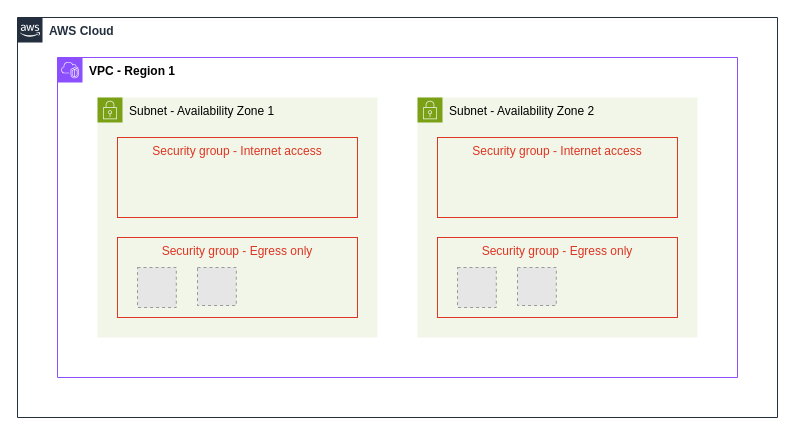
The draw.io diagram docs/Network.drawio in kowaltz/infrastructure, before the edit. Source tidied: cells renumbered, new cells numbered last; positions are measured from the earlier drawing's top-left corner, leaving out a move shared by most shapes. Both pictures are drawn from the tidied source at 100%, with x=0, y=0 at pixel (17, 17). Pictures stored in the file or linked from it are replaced by grey dashed boxes.
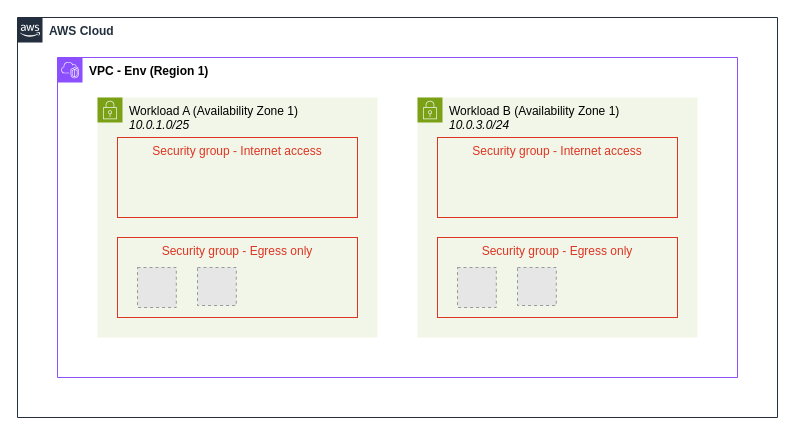
After the change.

Commit message (it also covers changes not shown here):
AWS: env-network

Diff of the diagram source:
```diff
@@
 <mxGraphModel>
   <root>
     <mxCell id="0" />
     <mxCell id="1" parent="0" />
     <mxCell id="2" value="&lt;b&gt;AWS Cloud&lt;/b&gt;" style="gradientColor=none;html=1;whiteSpace=wrap;fontSize=12;fontStyle=0;shape=mxgraph.aws4.group;grIcon=mxgraph.aws4.group_aws_cloud_alt;strokeColor=#232F3E;fillColor=none;verticalAlign=top;align=left;spacingLeft=30;fontColor=#232F3E;dashed=0;" parent="1" vertex="1">
       <mxGeometry width="760" height="400" as="geometry" />
     </mxCell>
-    <mxCell id="3" value="&lt;b&gt;VPC - Region 1&lt;/b&gt;" style="gradientColor=none;html=1;whiteSpace=wrap;fontSize=12;fontStyle=0;shape=mxgraph.aws4.group;grIcon=mxgraph.aws4.group_vpc2;strokeColor=#8C4FFF;fillColor=none;verticalAlign=top;align=left;spacingLeft=30;fontColor=#000000;dashed=0;" parent="1" vertex="1">
+    <mxCell id="3" value="&lt;b&gt;VPC - Env (Region 1)&lt;/b&gt;" style="gradientColor=none;html=1;whiteSpace=wrap;fontSize=12;fontStyle=0;shape=mxgraph.aws4.group;grIcon=mxgraph.aws4.group_vpc2;strokeColor=#8C4FFF;fillColor=none;verticalAlign=top;align=left;spacingLeft=30;fontColor=#000000;dashed=0;" parent="1" vertex="1">
       <mxGeometry x="40" y="40" width="680" height="320" as="geometry" />
     </mxCell>
-    <mxCell id="4" value="Subnet - Availability Zone 1" style="gradientColor=none;html=1;whiteSpace=wrap;fontSize=12;fontStyle=0;shape=mxgraph.aws4.group;grIcon=mxgraph.aws4.group_security_group;grStroke=0;strokeColor=#7AA116;fillColor=#F2F6E8;verticalAlign=top;align=left;spacingLeft=30;fontColor=#000000;dashed=0;" parent="3" vertex="1">
+    <mxCell id="4" value="Workload A (Availability Zone 1)&lt;br&gt;&lt;i&gt;10.0.1.0/25&lt;/i&gt;" style="gradientColor=none;html=1;whiteSpace=wrap;fontSize=12;fontStyle=0;shape=mxgraph.aws4.group;grIcon=mxgraph.aws4.group_security_group;grStroke=0;strokeColor=#7AA116;fillColor=#F2F6E8;verticalAlign=top;align=left;spacingLeft=30;fontColor=#000000;dashed=0;" parent="3" vertex="1">
       <mxGeometry x="40" y="40" width="280" height="240" as="geometry" />
     </mxCell>
     <mxCell id="5" value="Security group - Egress only" style="fillColor=none;strokeColor=#DD3522;verticalAlign=top;fontStyle=0;fontColor=#DD3522;whiteSpace=wrap;html=1;" parent="4" vertex="1">
       <mxGeometry x="20" y="140" width="240" height="80" as="geometry" />
     </mxCell>
     <mxCell id="6" value="Security group - Internet access" style="fillColor=none;strokeColor=#DD3522;verticalAlign=top;fontStyle=0;fontColor=#DD3522;whiteSpace=wrap;html=1;" parent="4" vertex="1">
       <mxGeometry x="20" y="40" width="240" height="80" as="geometry" />
     </mxCell>
     <mxCell id="7" style="fillColor=#E6E6E6;strokeColor=#999999;dashed=1;verticalLabelPosition=bottom;labelBackgroundColor=default;verticalAlign=top;" parent="4" vertex="1">
       <mxGeometry x="100" y="170" width="38.8" height="38" as="geometry" />
     </mxCell>
     <mxCell id="8" style="fillColor=#E6E6E6;strokeColor=#999999;dashed=1;verticalLabelPosition=bottom;labelBackgroundColor=default;verticalAlign=top;" parent="4" vertex="1">
       <mxGeometry x="40" y="170" width="38.8" height="40" as="geometry" />
     </mxCell>
-    <mxCell id="9" value="Subnet - Availability Zone 2" style="gradientColor=none;html=1;whiteSpace=wrap;fontSize=12;fontStyle=0;shape=mxgraph.aws4.group;grIcon=mxgraph.aws4.group_security_group;grStroke=0;strokeColor=#7AA116;fillColor=#F2F6E8;verticalAlign=top;align=left;spacingLeft=30;fontColor=#000000;dashed=0;" parent="3" vertex="1">
+    <mxCell id="9" value="Workload B (Availability Zone 1)&lt;br&gt;&lt;i&gt;10.0.3.0/24&lt;/i&gt;" style="gradientColor=none;html=1;whiteSpace=wrap;fontSize=12;fontStyle=0;shape=mxgraph.aws4.group;grIcon=mxgraph.aws4.group_security_group;grStroke=0;strokeColor=#7AA116;fillColor=#F2F6E8;verticalAlign=top;align=left;spacingLeft=30;fontColor=#000000;dashed=0;" parent="3" vertex="1">
       <mxGeometry x="360" y="40" width="280" height="240" as="geometry" />
     </mxCell>
     <mxCell id="10" value="Security group - Egress only" style="fillColor=none;strokeColor=#DD3522;verticalAlign=top;fontStyle=0;fontColor=#DD3522;whiteSpace=wrap;html=1;" parent="9" vertex="1">
       <mxGeometry x="20" y="140" width="240" height="80" as="geometry" />
     </mxCell>
     <mxCell id="11" value="Security group - Internet access" style="fillColor=none;strokeColor=#DD3522;verticalAlign=top;fontStyle=0;fontColor=#DD3522;whiteSpace=wrap;html=1;" parent="9" vertex="1">
       <mxGeometry x="20" y="40" width="240" height="80" as="geometry" />
     </mxCell>
     <mxCell id="12" style="fillColor=#E6E6E6;strokeColor=#999999;dashed=1;verticalLabelPosition=bottom;labelBackgroundColor=default;verticalAlign=top;" parent="9" vertex="1">
       <mxGeometry x="100" y="170" width="38.8" height="38" as="geometry" />
     </mxCell>
     <mxCell id="13" style="fillColor=#E6E6E6;strokeColor=#999999;dashed=1;verticalLabelPosition=bottom;labelBackgroundColor=default;verticalAlign=top;" parent="9" vertex="1">
       <mxGeometry x="40" y="170" width="38.8" height="40" as="geometry" />
     </mxCell>
   </root>
 </mxGraphModel>
```
